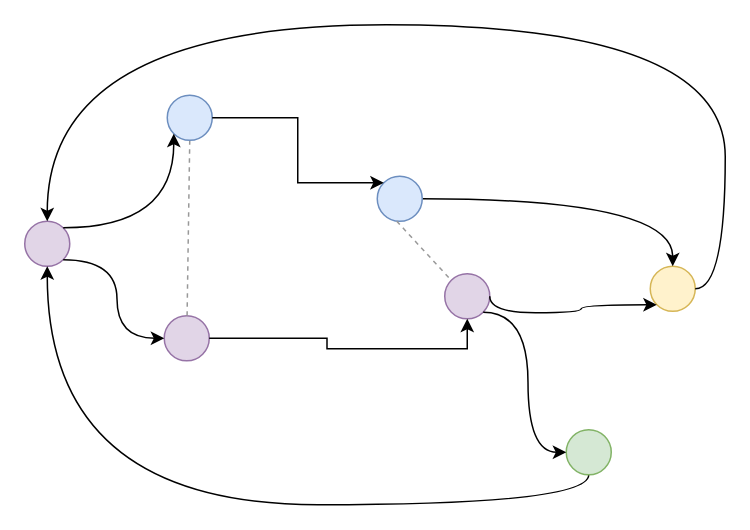
The draw.io diagram map.drawio in blobfishpp/dxarts200-hw2, before the edit. Source tidied: cells renumbered, new cells numbered last; positions are measured from the earlier drawing's top-left corner, leaving out a move shared by most shapes. Both pictures are drawn from the tidied source at 150%, with x=0, y=0 at pixel (24, 24).
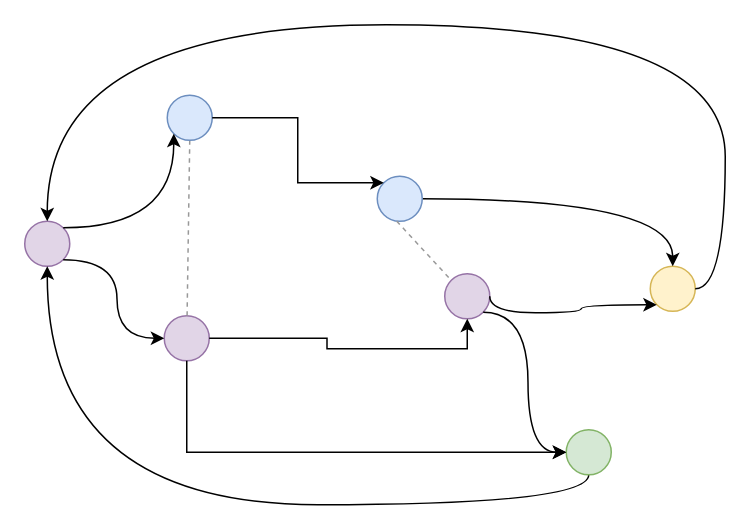
The same page after the edit.

Unchanged cells that the change refers to:
```xml
<mxCell id="3" style="verticalLabelPosition=bottom;verticalAlign=top;html=1;shape=mxgraph.flowchart.on-page_reference;fillColor=#e1d5e7;strokeColor=#9673a6;" parent="1" vertex="1">
  <mxGeometry x="93" y="194" width="30" height="30" as="geometry" />
</mxCell>
<mxCell id="6" style="verticalLabelPosition=bottom;verticalAlign=top;html=1;shape=mxgraph.flowchart.on-page_reference;fillColor=#d5e8d4;strokeColor=#82b366;" parent="1" vertex="1">
  <mxGeometry x="361" y="270" width="30" height="30" as="geometry" />
</mxCell>
```

Change to the diagram source:
```diff
@@
+    <mxCell id="20" style="edgeStyle=orthogonalEdgeStyle;rounded=0;jettySize=auto;html=1;exitX=0.5;exitY=1;exitDx=0;exitDy=0;exitPerimeter=0;entryX=0;entryY=0.5;entryDx=0;entryDy=0;entryPerimeter=0;" parent="1" edge="1" source="3" target="6">
+      <mxGeometry relative="1" as="geometry" />
+    </mxCell>
```
